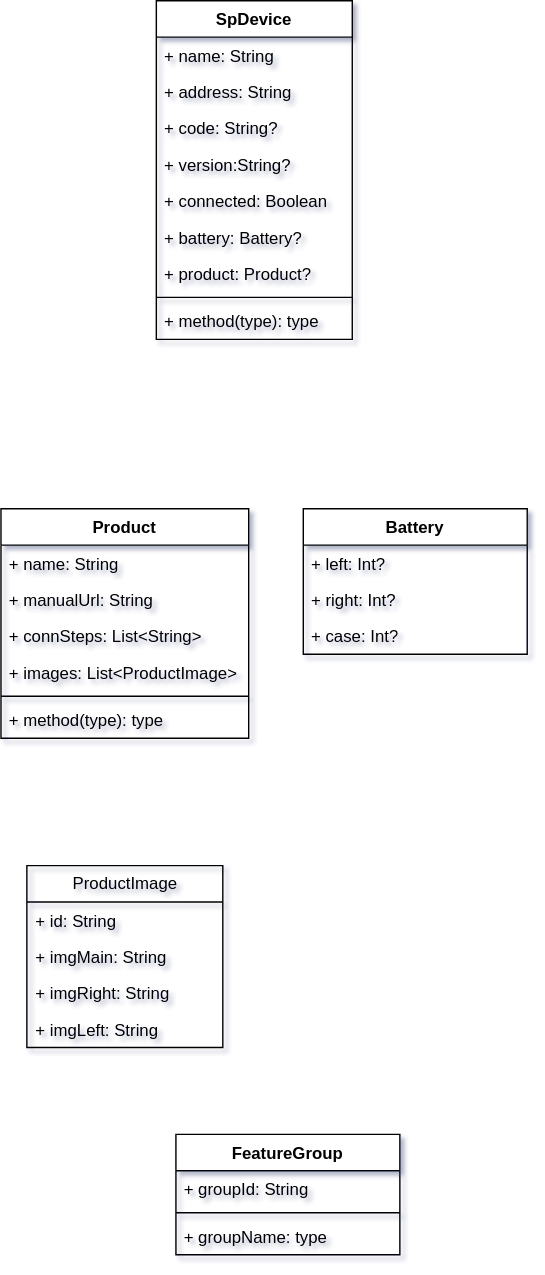
Above: 未命名绘图.drawio.svg in kekemao00/draw-libs (draw.io), before the change. Source tidied: cells renumbered, new cells last; positions are measured from the earlier drawing's top-left corner, leaving out a move shared by most shapes. Source of this version:
```xml
<mxGraphModel shadow="1">
  <root>
    <mxCell id="0" />
    <mxCell id="1" parent="0" />
    <mxCell id="2" value="SpDevice" style="swimlane;fontStyle=1;align=center;verticalAlign=top;horizontal=1;startSize=26;whiteSpace=wrap;html=1;labelBackgroundColor=none;rounded=0;" parent="1" vertex="1">
      <mxGeometry x="111" width="140" height="242" as="geometry" />
    </mxCell>
    <mxCell id="3" value="+ name: String" style="text;strokeColor=none;fillColor=none;align=left;verticalAlign=top;spacingLeft=4;spacingRight=4;overflow=hidden;whiteSpace=wrap;html=1;labelBackgroundColor=none;rounded=0;" parent="2" vertex="1">
      <mxGeometry y="26" width="140" height="26" as="geometry" />
    </mxCell>
    <mxCell id="4" value="+ address: String" style="text;strokeColor=none;fillColor=none;align=left;verticalAlign=top;spacingLeft=4;spacingRight=4;overflow=hidden;whiteSpace=wrap;html=1;labelBackgroundColor=none;rounded=0;" parent="2" vertex="1">
      <mxGeometry y="52" width="140" height="26" as="geometry" />
    </mxCell>
    <mxCell id="5" value="+ code: String?" style="text;strokeColor=none;fillColor=none;align=left;verticalAlign=top;spacingLeft=4;spacingRight=4;overflow=hidden;whiteSpace=wrap;html=1;labelBackgroundColor=none;rounded=0;" parent="2" vertex="1">
      <mxGeometry y="78" width="140" height="26" as="geometry" />
    </mxCell>
    <mxCell id="6" value="+ version:String?" style="text;strokeColor=none;fillColor=none;align=left;verticalAlign=top;spacingLeft=4;spacingRight=4;overflow=hidden;whiteSpace=wrap;html=1;labelBackgroundColor=none;rounded=0;" parent="2" vertex="1">
      <mxGeometry y="104" width="140" height="26" as="geometry" />
    </mxCell>
    <mxCell id="7" value="+ connected: Boolean" style="text;strokeColor=none;fillColor=none;align=left;verticalAlign=top;spacingLeft=4;spacingRight=4;overflow=hidden;whiteSpace=wrap;html=1;labelBackgroundColor=none;rounded=0;" parent="2" vertex="1">
      <mxGeometry y="130" width="140" height="26" as="geometry" />
    </mxCell>
    <mxCell id="8" value="+ battery: Battery?&lt;div&gt;&lt;br&gt;&lt;/div&gt;" style="text;strokeColor=none;fillColor=none;align=left;verticalAlign=top;spacingLeft=4;spacingRight=4;overflow=hidden;whiteSpace=wrap;html=1;labelBackgroundColor=none;rounded=0;" parent="2" vertex="1">
      <mxGeometry y="156" width="140" height="26" as="geometry" />
    </mxCell>
    <mxCell id="9" value="+ product: Product?" style="text;strokeColor=none;fillColor=none;align=left;verticalAlign=top;spacingLeft=4;spacingRight=4;overflow=hidden;whiteSpace=wrap;html=1;labelBackgroundColor=none;rounded=0;" parent="2" vertex="1">
      <mxGeometry y="182" width="140" height="26" as="geometry" />
    </mxCell>
    <mxCell id="10" style="line;strokeWidth=1;fillColor=none;align=left;verticalAlign=middle;spacingTop=-1;spacingLeft=3;spacingRight=3;labelPosition=right;labelBackgroundColor=none;rounded=0;" parent="2" vertex="1">
      <mxGeometry y="208" width="140" height="8" as="geometry" />
    </mxCell>
    <mxCell id="11" value="+ method(type): type" style="text;strokeColor=none;fillColor=none;align=left;verticalAlign=top;spacingLeft=4;spacingRight=4;overflow=hidden;whiteSpace=wrap;html=1;labelBackgroundColor=none;rounded=0;" parent="2" vertex="1">
      <mxGeometry y="216" width="140" height="26" as="geometry" />
    </mxCell>
    <mxCell id="12" value="Battery" style="swimlane;fontStyle=1;align=center;verticalAlign=top;horizontal=1;startSize=26;whiteSpace=wrap;html=1;labelBackgroundColor=none;rounded=0;" parent="1" vertex="1">
      <mxGeometry x="216" y="363" width="160" height="104" as="geometry" />
    </mxCell>
    <mxCell id="13" value="+&amp;nbsp;left: Int?" style="text;strokeColor=none;fillColor=none;align=left;verticalAlign=top;spacingLeft=4;spacingRight=4;overflow=hidden;whiteSpace=wrap;html=1;labelBackgroundColor=none;rounded=0;" parent="12" vertex="1">
      <mxGeometry y="26" width="160" height="26" as="geometry" />
    </mxCell>
    <mxCell id="14" value="+ right&lt;span style=&quot;background-color: transparent; color: light-dark(rgb(0, 0, 0), rgb(255, 255, 255));&quot;&gt;: Int?&lt;/span&gt;" style="text;strokeColor=none;fillColor=none;align=left;verticalAlign=top;spacingLeft=4;spacingRight=4;overflow=hidden;whiteSpace=wrap;html=1;labelBackgroundColor=none;rounded=0;" parent="12" vertex="1">
      <mxGeometry y="52" width="160" height="26" as="geometry" />
    </mxCell>
    <mxCell id="15" value="+ case: Int?" style="text;strokeColor=none;fillColor=none;align=left;verticalAlign=top;spacingLeft=4;spacingRight=4;overflow=hidden;whiteSpace=wrap;html=1;labelBackgroundColor=none;rounded=0;" parent="12" vertex="1">
      <mxGeometry y="78" width="160" height="26" as="geometry" />
    </mxCell>
    <mxCell id="16" value="Product" style="swimlane;fontStyle=1;align=center;verticalAlign=top;horizontal=1;startSize=26;whiteSpace=wrap;html=1;labelBackgroundColor=none;rounded=0;" parent="1" vertex="1">
      <mxGeometry y="363" width="177" height="164" as="geometry" />
    </mxCell>
    <mxCell id="17" value="+ name: String" style="text;strokeColor=none;fillColor=none;align=left;verticalAlign=top;spacingLeft=4;spacingRight=4;overflow=hidden;whiteSpace=wrap;html=1;labelBackgroundColor=none;rounded=0;" parent="16" vertex="1">
      <mxGeometry y="26" width="177" height="26" as="geometry" />
    </mxCell>
    <mxCell id="18" value="+ manualUrl: String" style="text;strokeColor=none;fillColor=none;align=left;verticalAlign=top;spacingLeft=4;spacingRight=4;overflow=hidden;whiteSpace=wrap;html=1;" parent="16" vertex="1">
      <mxGeometry y="52" width="177" height="26" as="geometry" />
    </mxCell>
    <mxCell id="19" value="+ connSteps: List&amp;lt;String&amp;gt;" style="text;strokeColor=none;fillColor=none;align=left;verticalAlign=top;spacingLeft=4;spacingRight=4;overflow=hidden;whiteSpace=wrap;html=1;" parent="16" vertex="1">
      <mxGeometry y="78" width="177" height="26" as="geometry" />
    </mxCell>
    <mxCell id="20" value="+ images: List&amp;lt;ProductImage&amp;gt;" style="text;strokeColor=none;fillColor=none;align=left;verticalAlign=top;spacingLeft=4;spacingRight=4;overflow=hidden;whiteSpace=wrap;html=1;" parent="16" vertex="1">
      <mxGeometry y="104" width="177" height="26" as="geometry" />
    </mxCell>
    <mxCell id="21" style="line;strokeWidth=1;fillColor=none;align=left;verticalAlign=middle;spacingTop=-1;spacingLeft=3;spacingRight=3;labelPosition=right;labelBackgroundColor=none;rounded=0;" parent="16" vertex="1">
      <mxGeometry y="130" width="177" height="8" as="geometry" />
    </mxCell>
    <mxCell id="22" value="+ method(type): type" style="text;strokeColor=none;fillColor=none;align=left;verticalAlign=top;spacingLeft=4;spacingRight=4;overflow=hidden;whiteSpace=wrap;html=1;labelBackgroundColor=none;rounded=0;" parent="16" vertex="1">
      <mxGeometry y="138" width="177" height="26" as="geometry" />
    </mxCell>
    <mxCell id="23" value="ProductImage" style="swimlane;fontStyle=0;horizontal=1;startSize=26;fillColor=none;whiteSpace=wrap;html=1;" parent="1" vertex="1">
      <mxGeometry x="18.5" y="618" width="140" height="130" as="geometry" />
    </mxCell>
    <mxCell id="24" value="+ id: String" style="text;strokeColor=none;fillColor=none;align=left;verticalAlign=top;spacingLeft=4;spacingRight=4;overflow=hidden;whiteSpace=wrap;html=1;" parent="23" vertex="1">
      <mxGeometry y="26" width="140" height="26" as="geometry" />
    </mxCell>
    <mxCell id="25" value="+ imgMain: String" style="text;strokeColor=none;fillColor=none;align=left;verticalAlign=top;spacingLeft=4;spacingRight=4;overflow=hidden;whiteSpace=wrap;html=1;labelBackgroundColor=none;rounded=0;" parent="23" vertex="1">
      <mxGeometry y="52" width="140" height="26" as="geometry" />
    </mxCell>
    <mxCell id="26" value="+ imgRight: String" style="text;strokeColor=none;fillColor=none;align=left;verticalAlign=top;spacingLeft=4;spacingRight=4;overflow=hidden;whiteSpace=wrap;html=1;labelBackgroundColor=none;rounded=0;" parent="23" vertex="1">
      <mxGeometry y="78" width="140" height="26" as="geometry" />
    </mxCell>
    <mxCell id="27" value="+ img&lt;span style=&quot;background-color: transparent; color: light-dark(rgb(0, 0, 0), rgb(255, 255, 255));&quot;&gt;Left: String&lt;/span&gt;" style="text;strokeColor=none;fillColor=none;align=left;verticalAlign=top;spacingLeft=4;spacingRight=4;overflow=hidden;whiteSpace=wrap;html=1;labelBackgroundColor=none;rounded=0;" parent="23" vertex="1">
      <mxGeometry y="104" width="140" height="26" as="geometry" />
    </mxCell>
    <mxCell id="28" value="FeatureGroup" style="swimlane;fontStyle=1;align=center;verticalAlign=top;horizontal=1;startSize=26;whiteSpace=wrap;html=1;" parent="1" vertex="1">
      <mxGeometry x="125" y="810" width="160" height="86" as="geometry" />
    </mxCell>
    <mxCell id="29" value="+ groupId: String" style="text;strokeColor=none;fillColor=none;align=left;verticalAlign=top;spacingLeft=4;spacingRight=4;overflow=hidden;whiteSpace=wrap;html=1;" parent="28" vertex="1">
      <mxGeometry y="26" width="160" height="26" as="geometry" />
    </mxCell>
    <mxCell id="30" style="line;strokeWidth=1;fillColor=none;align=left;verticalAlign=middle;spacingTop=-1;spacingLeft=3;spacingRight=3;labelPosition=right;strokeColor=inherit;" parent="28" vertex="1">
      <mxGeometry y="52" width="160" height="8" as="geometry" />
    </mxCell>
    <mxCell id="31" value="+ groupName: type" style="text;strokeColor=none;fillColor=none;align=left;verticalAlign=top;spacingLeft=4;spacingRight=4;overflow=hidden;whiteSpace=wrap;html=1;" parent="28" vertex="1">
      <mxGeometry y="60" width="160" height="26" as="geometry" />
    </mxCell>
  </root>
</mxGraphModel>
```
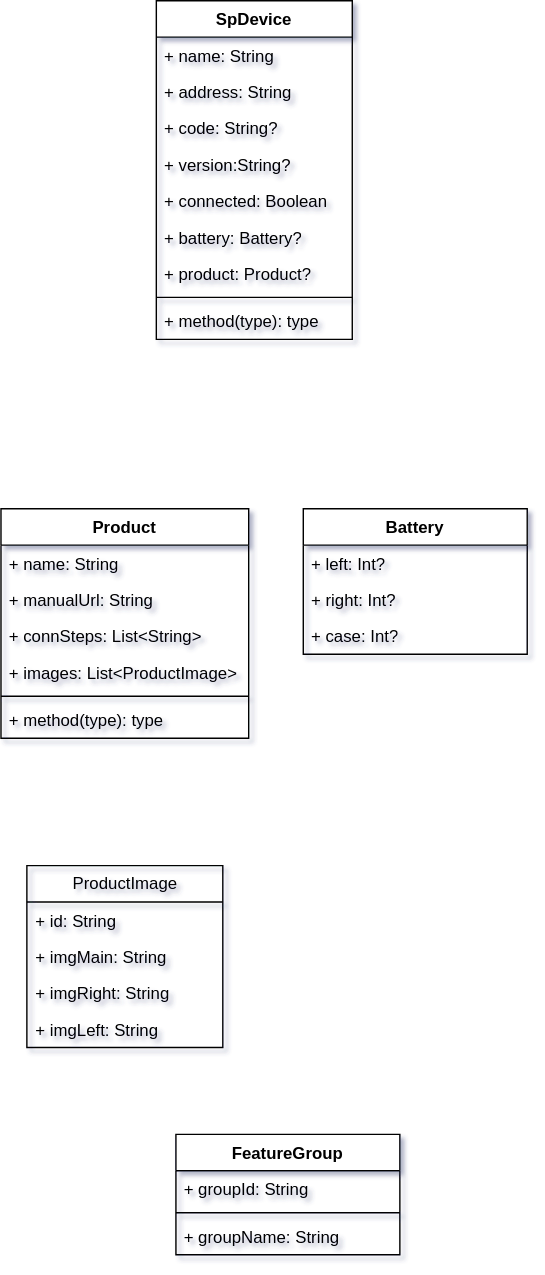
After the change.

Commit message:
更新未命名绘图.drawio.svg

The edit, as a diff of the source:
```diff
@@ -89,7 +89,7 @@
     <mxCell id="30" style="line;strokeWidth=1;fillColor=none;align=left;verticalAlign=middle;spacingTop=-1;spacingLeft=3;spacingRight=3;labelPosition=right;strokeColor=inherit;" parent="28" vertex="1">
       <mxGeometry y="52" width="160" height="8" as="geometry" />
     </mxCell>
-    <mxCell id="31" value="+ groupName: type" style="text;strokeColor=none;fillColor=none;align=left;verticalAlign=top;spacingLeft=4;spacingRight=4;overflow=hidden;whiteSpace=wrap;html=1;" parent="28" vertex="1">
+    <mxCell id="31" value="+ groupName: String" style="text;strokeColor=none;fillColor=none;align=left;verticalAlign=top;spacingLeft=4;spacingRight=4;overflow=hidden;whiteSpace=wrap;html=1;" parent="28" vertex="1">
       <mxGeometry y="60" width="160" height="26" as="geometry" />
     </mxCell>
   </root>
```
